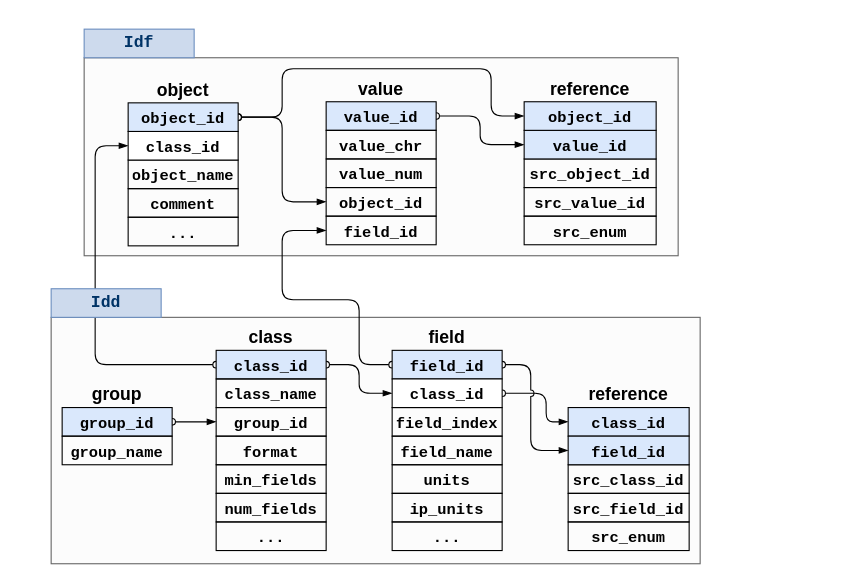
ideas-lab-nus/eplusr-paper keeps this draw.io diagram as page "Ralational" (4 of 6) of figures/draw.drawio. Above is the earlier version. Source tidied: cells renumbered, new cells numbered last; positions are measured from the earlier drawing's top-left corner, leaving out a move shared by most shapes. Both pictures are drawn from the tidied source at 110%, with x=0, y=0 at pixel (51, 29).
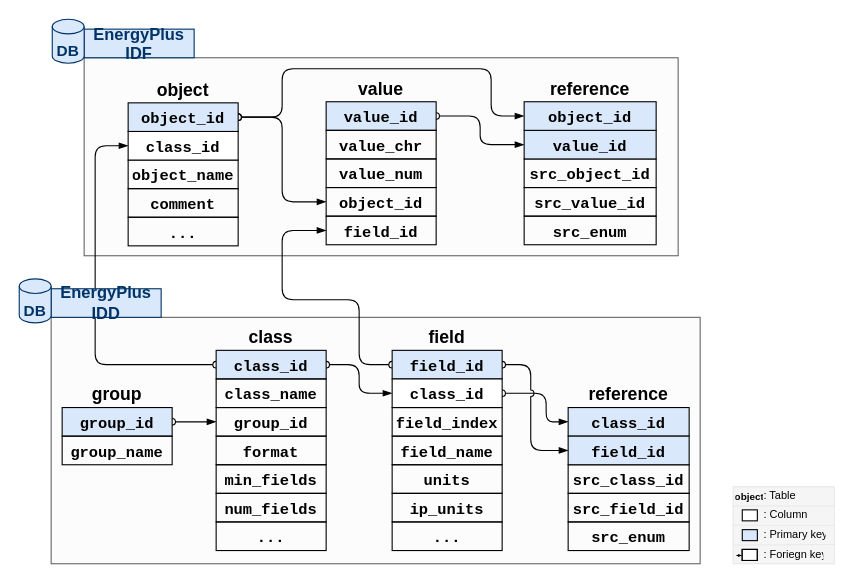
The same page after the edit.

The edit, as a diff of the source:
```diff
@@
-    <mxCell id="58" value="&lt;b&gt;&lt;font style=&quot;font-size: 15px&quot; color=&quot;#003366&quot;&gt;Idf&lt;/font&gt;&lt;/b&gt;" style="rounded=0;whiteSpace=wrap;html=1;fontFamily=Courier New;fontSize=14;align=center;strokeColor=#6c8ebf;fillColor=#CDDAED;" parent="1" vertex="1">
+    <mxCell id="58" value="&lt;b&gt;&lt;font style=&quot;font-size: 15px&quot; color=&quot;#003366&quot;&gt;EnergyPlus IDF&lt;/font&gt;&lt;/b&gt;" style="rounded=0;whiteSpace=wrap;html=1;fontFamily=Fira Sans Condensed;fontSize=14;align=center;strokeColor=#003366;fillColor=#DAE8FC;strokeWidth=1;" parent="1" vertex="1">
       <mxGeometry x="30" width="100" height="26" as="geometry" />
     </mxCell>
-    <mxCell id="59" value="&lt;b&gt;&lt;font style=&quot;font-size: 15px&quot; color=&quot;#003366&quot;&gt;Idd&lt;/font&gt;&lt;/b&gt;" style="rounded=0;whiteSpace=wrap;html=1;fontFamily=Courier New;fontSize=14;fontColor=#000000;align=center;strokeColor=#6c8ebf;fillColor=#CDDAED;gradientColor=none;" parent="1" vertex="1">
+    <mxCell id="59" value="&lt;b&gt;&lt;font style=&quot;font-size: 15px&quot; color=&quot;#003366&quot; face=&quot;Fira Sans Condensed&quot;&gt;EnergyPlus IDD&lt;/font&gt;&lt;/b&gt;" style="rounded=0;whiteSpace=wrap;html=1;fontFamily=Courier New;fontSize=14;fontColor=#000000;align=center;strokeColor=#003366;fillColor=#DAE8FC;gradientColor=none;strokeWidth=1;" parent="1" vertex="1">
       <mxGeometry y="236" width="100" height="26" as="geometry" />
     </mxCell>
@@
+    <mxCell id="70" style="group;" parent="1" vertex="1">
+      <mxGeometry x="612" y="412" width="100" height="74.3" as="geometry" />
+    </mxCell>
+    <mxCell id="71" style="rounded=0;whiteSpace=wrap;html=1;fontFamily=Fira Sans Condensed;fontSize=11;align=left;strokeColor=#E8E8E8;fillColor=#f5f5f5;fontColor=#333333;" parent="70" vertex="1">
+      <mxGeometry x="8" y="4" width="92" height="70" as="geometry" />
+    </mxCell>
+    <mxCell id="72" value="object" style="text;strokeColor=none;fillColor=none;align=center;verticalAlign=middle;spacingLeft=0;spacingRight=0;overflow=hidden;fontFamily=Oswald Light;fontStyle=1;fontSize=9;labelBackgroundColor=none;spacing=0;" parent="70" vertex="1">
+      <mxGeometry x="12.4" y="8" width="21.4" height="9.3" as="geometry" />
+    </mxCell>
+    <mxCell id="73" style="text;align=center;verticalAlign=middle;spacingLeft=4;spacingRight=4;overflow=hidden;fontFamily=Courier New;fontStyle=1;fontSize=10;fillColor=#ffffff;strokeColor=#000000;" parent="70" vertex="1">
+      <mxGeometry x="16.3" y="25" width="13.7" height="10" as="geometry" />
+    </mxCell>
+    <mxCell id="74" value=": Primary key" style="text;strokeColor=none;fillColor=none;align=left;verticalAlign=middle;spacingLeft=0;spacingRight=0;overflow=hidden;fontFamily=Fira Sans Condensed;fontStyle=0;fontSize=10;labelBackgroundColor=none;spacing=0;" parent="70" vertex="1">
+      <mxGeometry x="36" y="35.3" width="54" height="23.3" as="geometry" />
+    </mxCell>
+    <mxCell id="75" value=": Foriegn key" style="text;strokeColor=none;fillColor=none;align=left;verticalAlign=middle;spacingLeft=0;spacingRight=0;overflow=hidden;fontFamily=Fira Sans Condensed;fontStyle=0;fontSize=10;labelBackgroundColor=none;spacing=2;" parent="70" vertex="1">
+      <mxGeometry x="34" y="55.7" width="56" height="18.7" as="geometry" />
+    </mxCell>
+    <mxCell id="76" style="group;fontFamily=Courier New;fontSize=10;fontStyle=1;verticalAlign=middle;strokeColor=#000000;fillColor=#ffffff;spacingLeft=4;spacingRight=4;" parent="70" vertex="1">
+      <mxGeometry x="16.3" y="61" width="13.7" height="10" as="geometry" />
+    </mxCell>
+    <mxCell id="77" style="group;fontFamily=Courier New;fontSize=10;fontStyle=1;verticalAlign=middle;strokeColor=#000000;fillColor=#ffffff;spacingLeft=4;spacingRight=4;" parent="76" vertex="1">
+      <mxGeometry width="13.7" height="10" as="geometry" />
+    </mxCell>
+    <mxCell id="78" style="text;strokeColor=#000000;fillColor=#ffffff;align=center;verticalAlign=middle;spacingLeft=4;spacingRight=4;overflow=hidden;points=[[0,0.5],[1,0.5]];portConstraint=eastwest;fontFamily=Courier New;fontStyle=1;fontSize=10;" parent="76" vertex="1">
+      <mxGeometry width="13.5" height="10" as="geometry" />
+    </mxCell>
+    <mxCell id="79" style="edgeStyle=orthogonalEdgeStyle;rounded=1;jettySize=auto;html=1;fontFamily=Courier New;fontSize=15;targetPerimeterSpacing=0;comic=0;shadow=0;startArrow=none;startFill=0;endArrow=blockThin;endFill=1;exitX=1;exitY=0.5;exitDx=0;exitDy=0;jumpStyle=arc;entryX=-0.028;entryY=0.552;entryDx=0;entryDy=0;jumpSize=4;endSize=1;startSize=3;entryPerimeter=0;" parent="70" edge="1" target="78">
+      <mxGeometry relative="1" as="geometry">
+        <mxPoint x="11" y="66.5" as="sourcePoint" />
+      </mxGeometry>
+    </mxCell>
+    <mxCell id="80" style="edgeStyle=orthogonalEdgeStyle;rounded=1;orthogonalLoop=1;jettySize=auto;html=1;fontFamily=Courier New;fontSize=15;targetPerimeterSpacing=0;comic=0;shadow=0;startArrow=oval;startFill=0;endArrow=none;endFill=0;exitX=1;exitY=0.5;exitDx=0;exitDy=0;jumpStyle=arc;startSize=4;" parent="70" edge="1">
+      <mxGeometry relative="1" as="geometry">
+        <mxPoint x="30" y="48.3" as="sourcePoint" />
+        <mxPoint x="30" y="48.3" as="targetPoint" />
+      </mxGeometry>
+    </mxCell>
+    <mxCell id="81" style="group;" parent="70" vertex="1">
+      <mxGeometry x="16.3" y="43" width="13.7" height="10" as="geometry" />
+    </mxCell>
+    <mxCell id="82" style="text;strokeColor=#000000;fillColor=#dae8fc;align=center;verticalAlign=middle;spacingLeft=4;spacingRight=4;overflow=hidden;fontFamily=Courier New;fontStyle=1;fontSize=10;" parent="81" vertex="1">
+      <mxGeometry width="13.7" height="10" as="geometry" />
+    </mxCell>
+    <mxCell id="83" value=": Column" style="text;strokeColor=none;fillColor=none;align=left;verticalAlign=middle;spacingLeft=0;spacingRight=0;overflow=hidden;fontFamily=Fira Sans Condensed;fontStyle=0;fontSize=10;labelBackgroundColor=none;spacing=0;" parent="70" vertex="1">
+      <mxGeometry x="36" y="17.3" width="54" height="23.3" as="geometry" />
+    </mxCell>
+    <mxCell id="84" value=": Table" style="text;strokeColor=none;fillColor=none;align=left;verticalAlign=middle;spacingLeft=0;spacingRight=0;overflow=hidden;fontFamily=Fira Sans Condensed;fontStyle=0;fontSize=10;labelBackgroundColor=none;spacing=0;" parent="70" vertex="1">
+      <mxGeometry x="36" width="54" height="23.3" as="geometry" />
+    </mxCell>
+    <mxCell id="85" style="endArrow=none;html=1;fontFamily=Fira Sans Condensed;fontSize=9;entryX=1;entryY=0.25;entryDx=0;entryDy=0;exitX=0;exitY=0.25;exitDx=0;exitDy=0;opacity=5;" parent="70" edge="1" source="71" target="71">
+      <mxGeometry relative="1" as="geometry" />
+    </mxCell>
+    <mxCell id="86" style="endArrow=none;html=1;fontFamily=Fira Sans Condensed;fontSize=9;entryX=1;entryY=0.5;entryDx=0;entryDy=0;exitX=0;exitY=0.5;exitDx=0;exitDy=0;opacity=5;" parent="70" edge="1" source="71" target="71">
+      <mxGeometry relative="1" as="geometry" />
+    </mxCell>
+    <mxCell id="87" style="endArrow=none;html=1;fontFamily=Fira Sans Condensed;fontSize=9;entryX=1;entryY=0.75;entryDx=0;entryDy=0;exitX=0.01;exitY=0.758;exitDx=0;exitDy=0;opacity=5;exitPerimeter=0;" parent="70" edge="1" source="71" target="71">
+      <mxGeometry relative="1" as="geometry" />
+    </mxCell>
+    <mxCell id="88" value="&lt;font face=&quot;Oswald Light&quot; style=&quot;font-size: 14px&quot;&gt;&lt;span&gt;&lt;br&gt;DB&lt;/span&gt;&lt;/font&gt;" style="strokeWidth=1;html=1;shape=mxgraph.flowchart.database;whiteSpace=wrap;fillColor=#dae8fc;strokeColor=#003366;shadow=0;verticalAlign=bottom;fontColor=#003366;fontStyle=1;" parent="1" vertex="1">
+      <mxGeometry x="1" y="-9" width="29" height="40" as="geometry" />
+    </mxCell>
+    <mxCell id="89" value="&lt;font face=&quot;Oswald Light&quot; style=&quot;font-size: 14px&quot;&gt;&lt;b&gt;&lt;br&gt;DB&lt;/b&gt;&lt;/font&gt;" style="strokeWidth=1;html=1;shape=mxgraph.flowchart.database;whiteSpace=wrap;fillColor=#dae8fc;strokeColor=#003366;shadow=0;verticalAlign=bottom;fontColor=#003366;" parent="1" vertex="1">
+      <mxGeometry x="-29" y="227" width="29" height="40" as="geometry" />
+    </mxCell>
```
